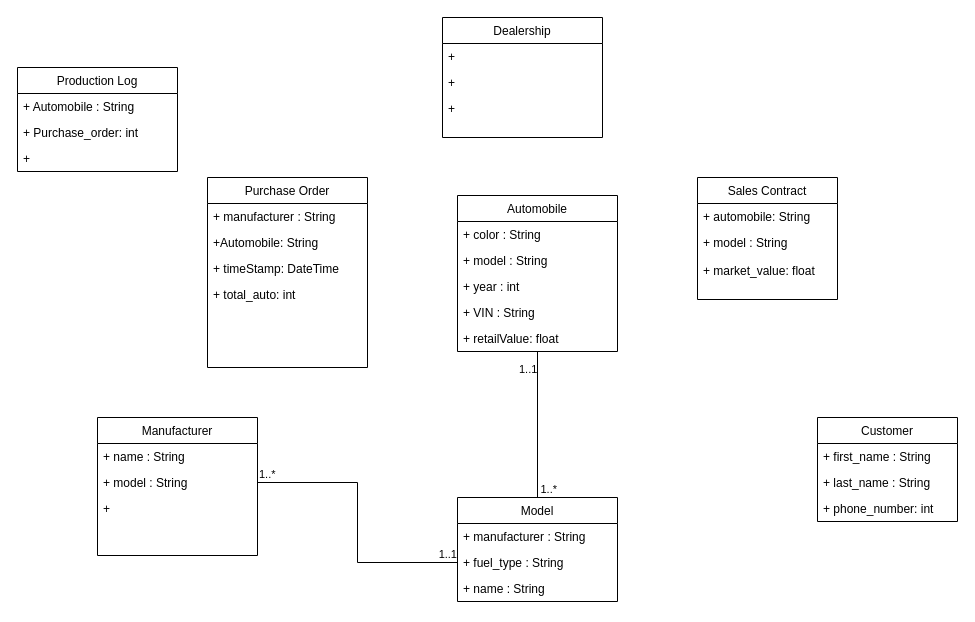
Earlier version of the draw.io diagram CECS323/Project1UML.drawio (tammyhuynh/CSULBProjects). Source tidied: cells renumbered, new cells numbered last; positions are measured from the earlier drawing's top-left corner, leaving out a move shared by most shapes. Both pictures are drawn from the tidied source at 100%, with x=0, y=0 at pixel (17, 17).
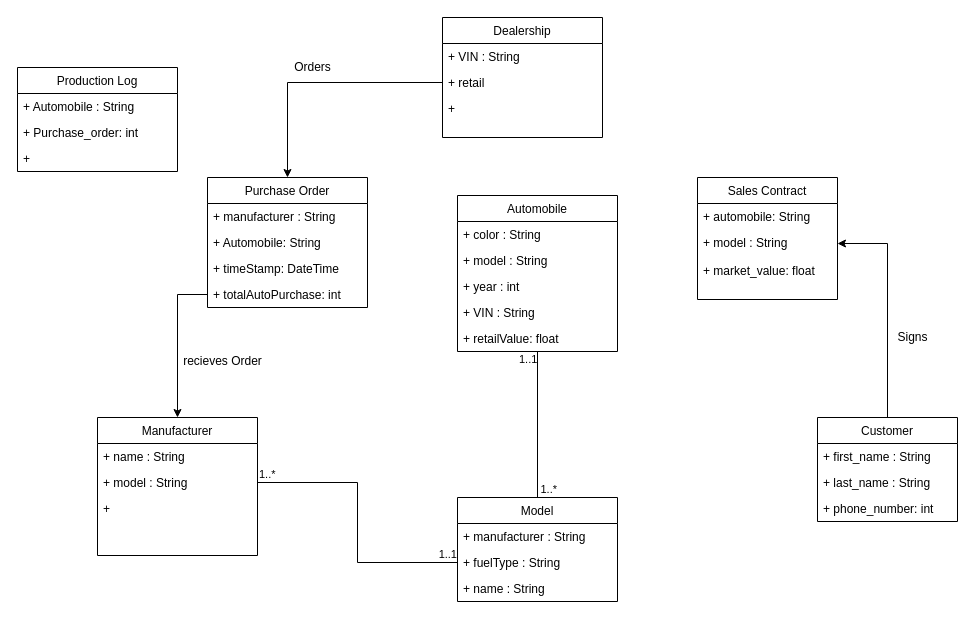
The same diagram, later.

The change refers to these unchanged cells:
```xml
<mxCell id="2" value="Manufacturer" style="swimlane;fontStyle=0;align=center;verticalAlign=top;horizontal=1;startSize=26;rounded=0;shadow=0;strokeWidth=1;" parent="1" vertex="1">
  <mxGeometry x="80" y="400" width="160" height="138" as="geometry" />
</mxCell>
<mxCell id="17" value="Dealership" style="swimlane;fontStyle=0;align=center;verticalAlign=top;horizontal=1;startSize=26;rounded=0;shadow=0;strokeWidth=1;" parent="1" vertex="1">
  <mxGeometry x="425" width="160" height="120" as="geometry" />
</mxCell>
<mxCell id="21" value="Customer" style="swimlane;fontStyle=0;horizontal=1;startSize=26;fillColor=none;" parent="1" vertex="1">
  <mxGeometry x="800" y="400" width="140" height="104" as="geometry" />
</mxCell>
<mxCell id="25" value="Model" style="swimlane;fontStyle=0;horizontal=1;startSize=26;fillColor=none;" parent="1" vertex="1">
  <mxGeometry x="440" y="480" width="160" height="104" as="geometry" />
</mxCell>
<mxCell id="35" value="+ model : String" style="text;strokeColor=none;fillColor=none;align=left;verticalAlign=top;spacingLeft=4;spacingRight=4;overflow=hidden;points=[[0,0.5],[1,0.5]];portConstraint=eastwest;" parent="33" vertex="1">
  <mxGeometry y="52" width="140" height="28" as="geometry" />
</mxCell>
<mxCell id="37" style="endArrow=none;html=1;edgeStyle=orthogonalEdgeStyle;rounded=0;exitX=0.5;exitY=0;exitDx=0;exitDy=0;entryX=0.5;entryY=1;entryDx=0;entryDy=0;" parent="1" edge="1" source="25" target="11">
  <mxGeometry relative="1" as="geometry" />
</mxCell>
```

Change to the diagram source:
```diff
@@
     <mxCell id="6" value="Purchase Order" style="swimlane;fontStyle=0;align=center;verticalAlign=top;horizontal=1;startSize=26;rounded=0;shadow=0;strokeWidth=1;" parent="1" vertex="1">
-      <mxGeometry x="190" y="160" width="160" height="190" as="geometry" />
+      <mxGeometry x="190" y="160" width="160" height="130" as="geometry" />
     </mxCell>
@@
-    <mxCell id="8" value="+Automobile: String" style="text;align=left;verticalAlign=top;spacingLeft=4;spacingRight=4;overflow=hidden;rounded=0;shadow=0;html=0;" parent="6" vertex="1">
+    <mxCell id="8" value="+ Automobile: String" style="text;align=left;verticalAlign=top;spacingLeft=4;spacingRight=4;overflow=hidden;rounded=0;shadow=0;html=0;" parent="6" vertex="1">
       <mxGeometry y="52" width="160" height="26" as="geometry" />
     </mxCell>
@@
-    <mxCell id="10" value="+ total_auto: int" style="text;align=left;verticalAlign=top;spacingLeft=4;spacingRight=4;overflow=hidden;points=[[0,0.5],[1,0.5]];portConstraint=eastwest;rounded=0;shadow=0;html=0;" parent="6" vertex="1">
+    <mxCell id="10" value="+ totalAutoPurchase: int" style="text;align=left;verticalAlign=top;spacingLeft=4;spacingRight=4;overflow=hidden;points=[[0,0.5],[1,0.5]];portConstraint=eastwest;rounded=0;shadow=0;html=0;" parent="6" vertex="1">
       <mxGeometry y="104" width="160" height="26" as="geometry" />
     </mxCell>
@@
-    <mxCell id="18" value="+" style="text;align=left;verticalAlign=top;spacingLeft=4;spacingRight=4;overflow=hidden;rounded=0;shadow=0;html=0;" parent="17" vertex="1">
+    <mxCell id="18" value="+ VIN : String&#10;" style="text;align=left;verticalAlign=top;spacingLeft=4;spacingRight=4;overflow=hidden;rounded=0;shadow=0;html=0;" parent="17" vertex="1">
       <mxGeometry y="26" width="160" height="26" as="geometry" />
     </mxCell>
-    <mxCell id="19" value="+ " style="text;align=left;verticalAlign=top;spacingLeft=4;spacingRight=4;overflow=hidden;points=[[0,0.5],[1,0.5]];portConstraint=eastwest;rounded=0;shadow=0;html=0;" parent="17" vertex="1">
+    <mxCell id="19" value="+ retail" style="text;align=left;verticalAlign=top;spacingLeft=4;spacingRight=4;overflow=hidden;points=[[0,0.5],[1,0.5]];portConstraint=eastwest;rounded=0;shadow=0;html=0;" parent="17" vertex="1">
       <mxGeometry y="52" width="160" height="26" as="geometry" />
     </mxCell>
@@
+    <mxCell id="43" style="edgeStyle=none;rounded=0;jettySize=auto;html=1;exitX=0.5;exitY=0;exitDx=0;exitDy=0;entryX=1;entryY=0.5;entryDx=0;entryDy=0;" parent="1" edge="1" source="21" target="35">
+      <mxGeometry relative="1" as="geometry">
+        <Array as="points">
+          <mxPoint x="870" y="226" />
+        </Array>
+      </mxGeometry>
+    </mxCell>
@@
-    <mxCell id="27" value="+ fuel_type : String" style="text;strokeColor=none;fillColor=none;align=left;verticalAlign=top;spacingLeft=4;spacingRight=4;overflow=hidden;points=[[0,0.5],[1,0.5]];portConstraint=eastwest;" parent="25" vertex="1">
+    <mxCell id="27" value="+ fuelType : String" style="text;strokeColor=none;fillColor=none;align=left;verticalAlign=top;spacingLeft=4;spacingRight=4;overflow=hidden;points=[[0,0.5],[1,0.5]];portConstraint=eastwest;" parent="25" vertex="1">
       <mxGeometry y="52" width="160" height="26" as="geometry" />
     </mxCell>
@@
     <mxCell id="38" value="1..1" style="edgeLabel;html=1;align=left;verticalAlign=bottom;" parent="37" vertex="1">
       <mxGeometry x="-1" relative="1" as="geometry">
-        <mxPoint x="-20" y="-120" as="offset" />
+        <mxPoint x="-20" y="-130" as="offset" />
       </mxGeometry>
     </mxCell>
@@
+    <mxCell id="44" style="edgeStyle=none;rounded=0;jettySize=auto;html=1;exitX=0;exitY=0.5;exitDx=0;exitDy=0;entryX=0.5;entryY=0;entryDx=0;entryDy=0;" parent="1" edge="1" source="19" target="6">
+      <mxGeometry relative="1" as="geometry">
+        <Array as="points">
+          <mxPoint x="270" y="65" />
+        </Array>
+      </mxGeometry>
+    </mxCell>
+    <mxCell id="45" value="Orders" style="text;html=1;align=center;verticalAlign=middle;strokeColor=none;fillColor=none;" parent="1" vertex="1">
+      <mxGeometry x="270" y="40" width="50" height="20" as="geometry" />
+    </mxCell>
+    <mxCell id="46" style="edgeStyle=none;rounded=0;jettySize=auto;html=1;exitX=0;exitY=0.5;exitDx=0;exitDy=0;entryX=0.5;entryY=0;entryDx=0;entryDy=0;" parent="1" edge="1" source="10" target="2">
+      <mxGeometry relative="1" as="geometry">
+        <Array as="points">
+          <mxPoint x="160" y="277" />
+        </Array>
+      </mxGeometry>
+    </mxCell>
+    <mxCell id="47" value="recieves Order" style="text;html=1;align=center;verticalAlign=middle;strokeColor=none;fillColor=none;" parent="1" vertex="1">
+      <mxGeometry x="160" y="334" width="90" height="20" as="geometry" />
+    </mxCell>
+    <mxCell id="48" value="Signs" style="text;html=1;align=center;verticalAlign=middle;strokeColor=none;fillColor=none;" parent="1" vertex="1">
+      <mxGeometry x="870" y="310" width="50" height="20" as="geometry" />
+    </mxCell>
```
